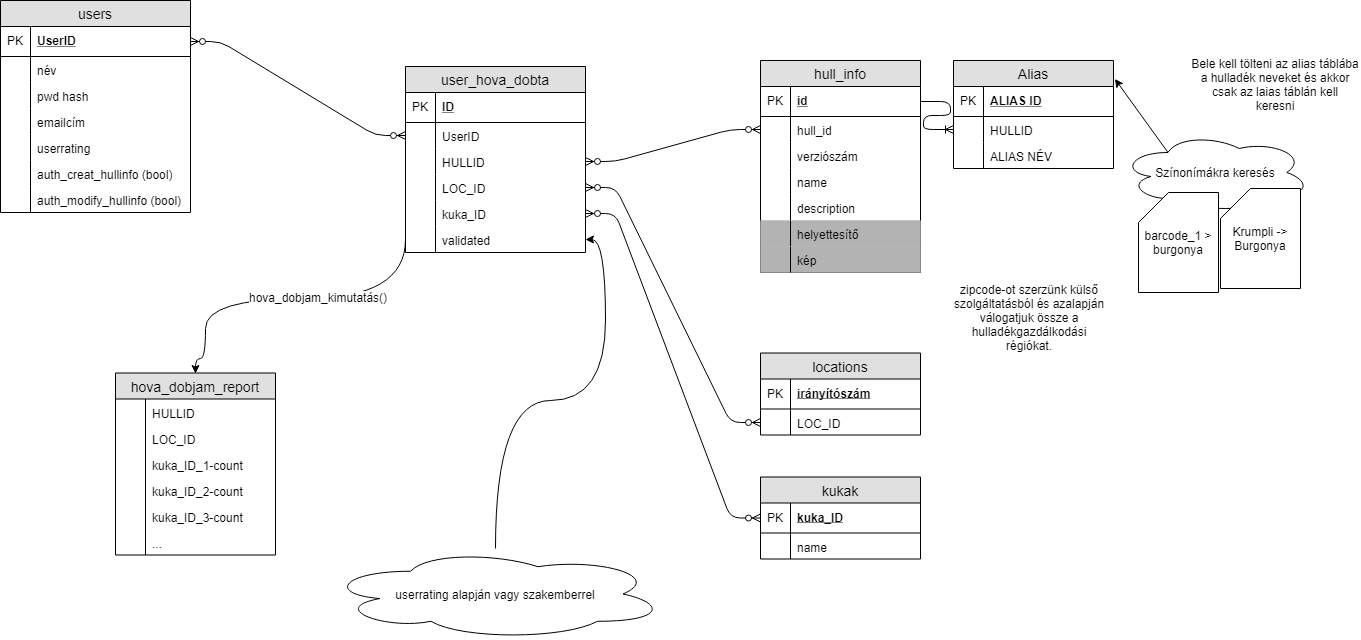
Earlier version of the draw.io export images/hovadobjam datamodell.png (klucsik/hovadobjam). Source tidied: cells renumbered, new cells last; positions are measured from the earlier drawing's top-left corner, leaving out a move shared by most shapes.
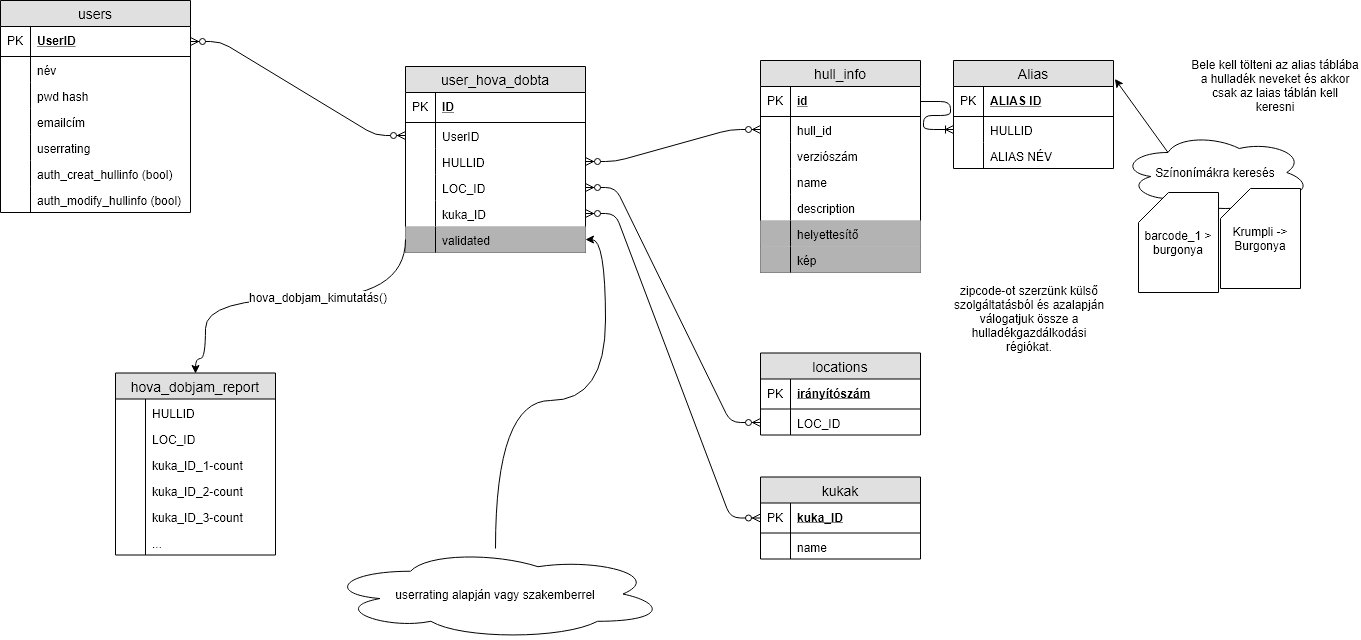
The same diagram one commit later.

Diff of the diagram source:
```diff
@@ -224,7 +224,7 @@
     <mxCell id="75" style="shape=partialRectangle;top=0;left=0;bottom=0;fillColor=none;align=left;verticalAlign=top;spacingLeft=4;spacingRight=4;overflow=hidden;fontSize=12;" parent="74" vertex="1">
       <mxGeometry width="30" height="26" as="geometry" />
     </mxCell>
-    <mxCell id="76" value="validated" style="shape=partialRectangle;top=0;left=0;right=0;bottom=0;align=left;verticalAlign=top;fillColor=none;spacingLeft=34;spacingRight=4;overflow=hidden;points=[[0,0.5],[1,0.5]];portConstraint=eastwest;fontSize=12;" parent="65" vertex="1">
+    <mxCell id="76" value="validated" style="shape=partialRectangle;top=0;left=0;right=0;bottom=0;align=left;verticalAlign=top;fillColor=#B3B3B3;spacingLeft=34;spacingRight=4;overflow=hidden;points=[[0,0.5],[1,0.5]];portConstraint=eastwest;fontSize=12;" parent="65" vertex="1">
       <mxGeometry y="160" width="180" height="26" as="geometry" />
     </mxCell>
     <mxCell id="77" style="shape=partialRectangle;top=0;left=0;bottom=0;fillColor=none;align=left;verticalAlign=top;spacingLeft=4;spacingRight=4;overflow=hidden;fontSize=12;" parent="76" vertex="1">
```
